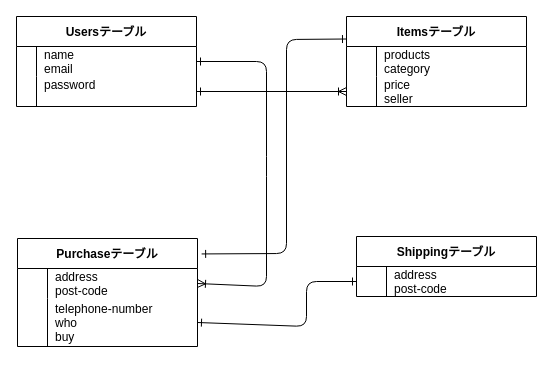
Before: bin/er.dio in syun031/furima-39700, a draw.io diagram. Source tidied: cells renumbered, new cells numbered last; positions are measured from the earlier drawing's top-left corner, leaving out a move shared by most shapes. Both pictures are drawn from the tidied source at 100%, with x=0, y=0 at pixel (16, 16).
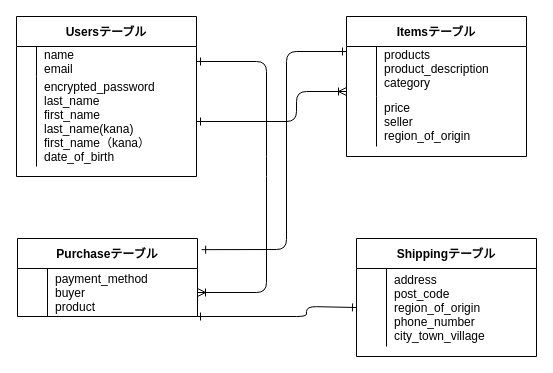
After the change.

Unchanged cells that the change refers to:
```xml
<mxCell id="3" style="shape=tableRow;horizontal=0;startSize=0;swimlaneHead=0;swimlaneBody=0;fillColor=none;points=[[0,0.5],[1,0.5]];portConstraint=eastwest;top=0;left=0;right=0;bottom=0;" parent="2" vertex="1">
  <mxGeometry y="30" width="180" height="30" as="geometry" />
</mxCell>
```

Change to the diagram source:
```diff
@@
     <mxCell id="2" value="Usersテーブル" style="shape=table;startSize=30;childLayout=tableLayout;rowLines=0;fontStyle=1;align=center;" parent="1" vertex="1">
-      <mxGeometry width="180" height="90" as="geometry" />
+      <mxGeometry width="180" height="160" as="geometry" />
     </mxCell>
@@
     <mxCell id="6" style="shape=tableRow;horizontal=0;startSize=0;swimlaneHead=0;swimlaneBody=0;fillColor=none;points=[[0,0.5],[1,0.5]];portConstraint=eastwest;top=0;left=0;right=0;bottom=0;" parent="2" vertex="1">
-      <mxGeometry y="60" width="180" height="30" as="geometry" />
+      <mxGeometry y="60" width="180" height="90" as="geometry" />
     </mxCell>
     <mxCell id="7" style="shape=partialRectangle;fillColor=none;top=0;left=0;bottom=0;right=0;overflow=hidden;" parent="6" vertex="1">
-      <mxGeometry width="20" height="30" as="geometry" />
+      <mxGeometry width="20" height="90" as="geometry" />
     </mxCell>
-    <mxCell id="8" value="password&#10;" style="shape=partialRectangle;fillColor=none;top=0;left=0;bottom=0;right=0;align=left;spacingLeft=6;overflow=hidden;" parent="6" vertex="1">
-      <mxGeometry x="20" width="160" height="30" as="geometry" />
+    <mxCell id="8" value="encrypted_password&#10;last_name&#10;first_name&#10;last_name(kana)&#10;first_name（kana）&#10;date_of_birth" style="shape=partialRectangle;fillColor=none;top=0;left=0;bottom=0;right=0;align=left;spacingLeft=6;overflow=hidden;" parent="6" vertex="1">
+      <mxGeometry x="20" width="160" height="90" as="geometry" />
     </mxCell>
     <mxCell id="9" style="edgeStyle=none;html=1;exitX=0;exitY=0.25;exitDx=0;exitDy=0;startArrow=ERone;startFill=0;endArrow=ERone;endFill=0;entryX=1.023;entryY=0.143;entryDx=0;entryDy=0;entryPerimeter=0;" parent="1" edge="1" source="10" target="18">
       <mxGeometry relative="1" as="geometry">
         <Array as="points">
-          <mxPoint x="270" y="23" />
-          <mxPoint x="270" y="237" />
+          <mxPoint x="270" y="35" />
+          <mxPoint x="270" y="233" />
         </Array>
       </mxGeometry>
     </mxCell>
     <mxCell id="10" value="Itemsテーブル" style="shape=table;startSize=30;childLayout=tableLayout;rowLines=0;fontStyle=1;align=center;" parent="1" vertex="1">
-      <mxGeometry x="330" width="180" height="90" as="geometry" />
+      <mxGeometry x="330" width="180" height="140" as="geometry" />
     </mxCell>
     <mxCell id="11" style="shape=tableRow;horizontal=0;startSize=0;swimlaneHead=0;swimlaneBody=0;fillColor=none;top=0;left=0;right=0;bottom=0;swimlaneLine=1;" parent="10" vertex="1">
-      <mxGeometry y="30" width="180" height="30" as="geometry" />
+      <mxGeometry y="30" width="180" height="50" as="geometry" />
     </mxCell>
     <mxCell id="12" style="shape=partialRectangle;fillColor=none;top=0;left=0;bottom=0;right=0;overflow=hidden;" parent="11" vertex="1">
-      <mxGeometry width="30" height="30" as="geometry" />
+      <mxGeometry width="30" height="50" as="geometry" />
     </mxCell>
-    <mxCell id="13" value="products&#10;category&#10;" style="shape=partialRectangle;fillColor=none;top=0;left=0;bottom=0;right=0;align=left;spacingLeft=6;overflow=hidden;" parent="11" vertex="1">
-      <mxGeometry x="30" width="150" height="30" as="geometry" />
+    <mxCell id="13" value="products&#10;product_description&#10;category&#10;" style="shape=partialRectangle;fillColor=none;top=0;left=0;bottom=0;right=0;align=left;spacingLeft=6;overflow=hidden;" parent="11" vertex="1">
+      <mxGeometry x="30" width="150" height="50" as="geometry" />
     </mxCell>
     <mxCell id="14" style="shape=tableRow;horizontal=0;startSize=0;swimlaneHead=0;swimlaneBody=0;fillColor=none;points=[[0,0.5],[1,0.5]];portConstraint=eastwest;top=0;left=0;right=0;bottom=0;" parent="10" vertex="1">
-      <mxGeometry y="60" width="180" height="30" as="geometry" />
+      <mxGeometry y="80" width="180" height="50" as="geometry" />
     </mxCell>
     <mxCell id="15" style="shape=partialRectangle;fillColor=none;top=0;left=0;bottom=0;right=0;overflow=hidden;" parent="14" vertex="1">
-      <mxGeometry width="30" height="30" as="geometry" />
+      <mxGeometry width="30" height="50" as="geometry" />
     </mxCell>
-    <mxCell id="16" value="price&#10;seller" style="shape=partialRectangle;fillColor=none;top=0;left=0;bottom=0;right=0;align=left;spacingLeft=6;overflow=hidden;" parent="14" vertex="1">
-      <mxGeometry x="30" width="150" height="30" as="geometry" />
+    <mxCell id="16" value="price&#10;seller&#10;region_of_origin" style="shape=partialRectangle;fillColor=none;top=0;left=0;bottom=0;right=0;align=left;spacingLeft=6;overflow=hidden;" parent="14" vertex="1">
+      <mxGeometry x="30" width="150" height="50" as="geometry" />
     </mxCell>
@@
     <mxCell id="18" value="Purchaseテーブル" style="shape=table;startSize=30;childLayout=tableLayout;rowLines=0;fontStyle=1;align=center;" parent="1" vertex="1">
-      <mxGeometry x="1" y="222" width="180" height="108" as="geometry" />
+      <mxGeometry x="1" y="222" width="180" height="78" as="geometry" />
     </mxCell>
     <mxCell id="19" style="shape=tableRow;horizontal=0;startSize=0;swimlaneHead=0;swimlaneBody=0;fillColor=none;points=[[0,0.5],[1,0.5]];portConstraint=eastwest;top=0;left=0;right=0;bottom=0;" parent="18" vertex="1">
-      <mxGeometry y="30" width="180" height="30" as="geometry" />
+      <mxGeometry y="30" width="180" height="48" as="geometry" />
     </mxCell>
     <mxCell id="20" style="shape=partialRectangle;fillColor=none;top=0;left=0;bottom=0;right=0;overflow=hidden;" parent="19" vertex="1">
-      <mxGeometry width="30" height="30" as="geometry" />
+      <mxGeometry width="30" height="48" as="geometry" />
     </mxCell>
-    <mxCell id="21" value="address&#10;post-code" style="shape=partialRectangle;fillColor=none;top=0;left=0;bottom=0;right=0;align=left;spacingLeft=6;overflow=hidden;" parent="19" vertex="1">
-      <mxGeometry x="30" width="150" height="30" as="geometry" />
+    <mxCell id="21" value="payment_method&#10;buyer&#10;product" style="shape=partialRectangle;fillColor=none;top=0;left=0;bottom=0;right=0;align=left;spacingLeft=6;overflow=hidden;" parent="19" vertex="1">
+      <mxGeometry x="30" width="150" height="48" as="geometry" />
     </mxCell>
-    <mxCell id="22" style="shape=tableRow;horizontal=0;startSize=0;swimlaneHead=0;swimlaneBody=0;fillColor=none;points=[[0,0.5],[1,0.5]];portConstraint=eastwest;top=0;left=0;right=0;bottom=0;" parent="18" vertex="1">
-      <mxGeometry y="60" width="180" height="48" as="geometry" />
-    </mxCell>
-    <mxCell id="23" style="shape=partialRectangle;fillColor=none;top=0;left=0;bottom=0;right=0;overflow=hidden;" parent="22" vertex="1">
-      <mxGeometry width="30" height="48" as="geometry" />
-    </mxCell>
-    <mxCell id="24" value="telephone-number&#10;who&#10;buy" style="shape=partialRectangle;fillColor=none;top=0;left=0;bottom=0;right=0;align=left;spacingLeft=6;overflow=hidden;" parent="22" vertex="1">
-      <mxGeometry x="30" width="150" height="48" as="geometry" />
-    </mxCell>
     <mxCell id="25" value="Shippingテーブル" style="shape=table;startSize=30;childLayout=tableLayout;rowLines=0;fontStyle=1;align=center;" parent="1" vertex="1">
-      <mxGeometry x="340" y="220" width="180" height="60" as="geometry" />
+      <mxGeometry x="340" y="222" width="180" height="118" as="geometry" />
     </mxCell>
     <mxCell id="26" style="shape=tableRow;horizontal=0;startSize=0;swimlaneHead=0;swimlaneBody=0;fillColor=none;points=[[0,0.5],[1,0.5]];portConstraint=eastwest;top=0;left=0;right=0;bottom=0;" parent="25" vertex="1">
-      <mxGeometry y="30" width="180" height="30" as="geometry" />
+      <mxGeometry y="30" width="180" height="78" as="geometry" />
     </mxCell>
     <mxCell id="27" style="shape=partialRectangle;fillColor=none;top=0;left=0;bottom=0;right=0;overflow=hidden;" parent="26" vertex="1">
-      <mxGeometry width="30" height="30" as="geometry" />
+      <mxGeometry width="30" height="78" as="geometry" />
     </mxCell>
-    <mxCell id="28" value="address&#10;post-code" style="shape=partialRectangle;fillColor=none;top=0;left=0;bottom=0;right=0;align=left;spacingLeft=6;overflow=hidden;" parent="26" vertex="1">
-      <mxGeometry x="30" width="150" height="30" as="geometry" />
+    <mxCell id="28" value="address&#10;post_code&#10;region_of_origin&#10;phone_number&#10;city_town_village" style="shape=partialRectangle;fillColor=none;top=0;left=0;bottom=0;right=0;align=left;spacingLeft=6;overflow=hidden;" parent="26" vertex="1">
+      <mxGeometry x="30" width="150" height="78" as="geometry" />
     </mxCell>
     <mxCell id="29" style="edgeStyle=none;html=1;exitX=1;exitY=0.5;exitDx=0;exitDy=0;startArrow=ERone;startFill=0;endArrow=ERoneToMany;endFill=0;" parent="1" edge="1" source="6">
       <mxGeometry relative="1" as="geometry">
         <mxPoint x="330" y="75" as="targetPoint" />
+        <Array as="points">
+          <mxPoint x="280" y="105" />
+          <mxPoint x="280" y="75" />
+        </Array>
       </mxGeometry>
     </mxCell>
     <mxCell id="30" style="edgeStyle=none;html=1;exitX=1;exitY=0.5;exitDx=0;exitDy=0;startArrow=ERone;startFill=0;endArrow=ERoneToMany;endFill=0;entryX=1;entryY=0.5;entryDx=0;entryDy=0;" parent="1" edge="1" source="3" target="19">
       <mxGeometry relative="1" as="geometry">
         <Array as="points">
           <mxPoint x="250" y="45" />
           <mxPoint x="250" y="150" />
-          <mxPoint x="250" y="270" />
+          <mxPoint x="250" y="276" />
         </Array>
       </mxGeometry>
     </mxCell>
-    <mxCell id="31" style="edgeStyle=none;html=1;exitX=0;exitY=0.5;exitDx=0;exitDy=0;startArrow=ERone;startFill=0;endArrow=ERone;endFill=0;entryX=1;entryY=0.5;entryDx=0;entryDy=0;" parent="1" edge="1" source="26" target="22">
+    <mxCell id="31" style="edgeStyle=none;html=1;exitX=0;exitY=0.5;exitDx=0;exitDy=0;startArrow=ERone;startFill=0;endArrow=ERone;endFill=0;" parent="1" edge="1" source="26">
       <mxGeometry relative="1" as="geometry">
+        <mxPoint x="180" y="300" as="targetPoint" />
         <Array as="points">
-          <mxPoint x="290" y="265" />
-          <mxPoint x="290" y="310" />
+          <mxPoint x="290" y="290" />
+          <mxPoint x="290" y="300" />
         </Array>
       </mxGeometry>
     </mxCell>
```
